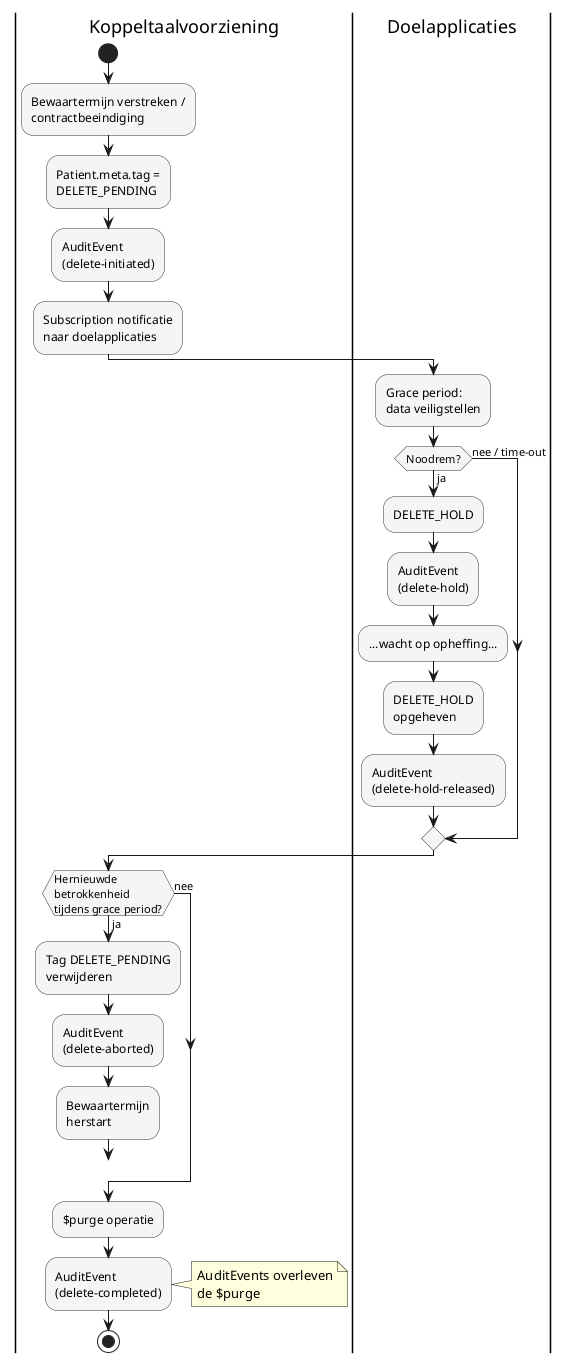
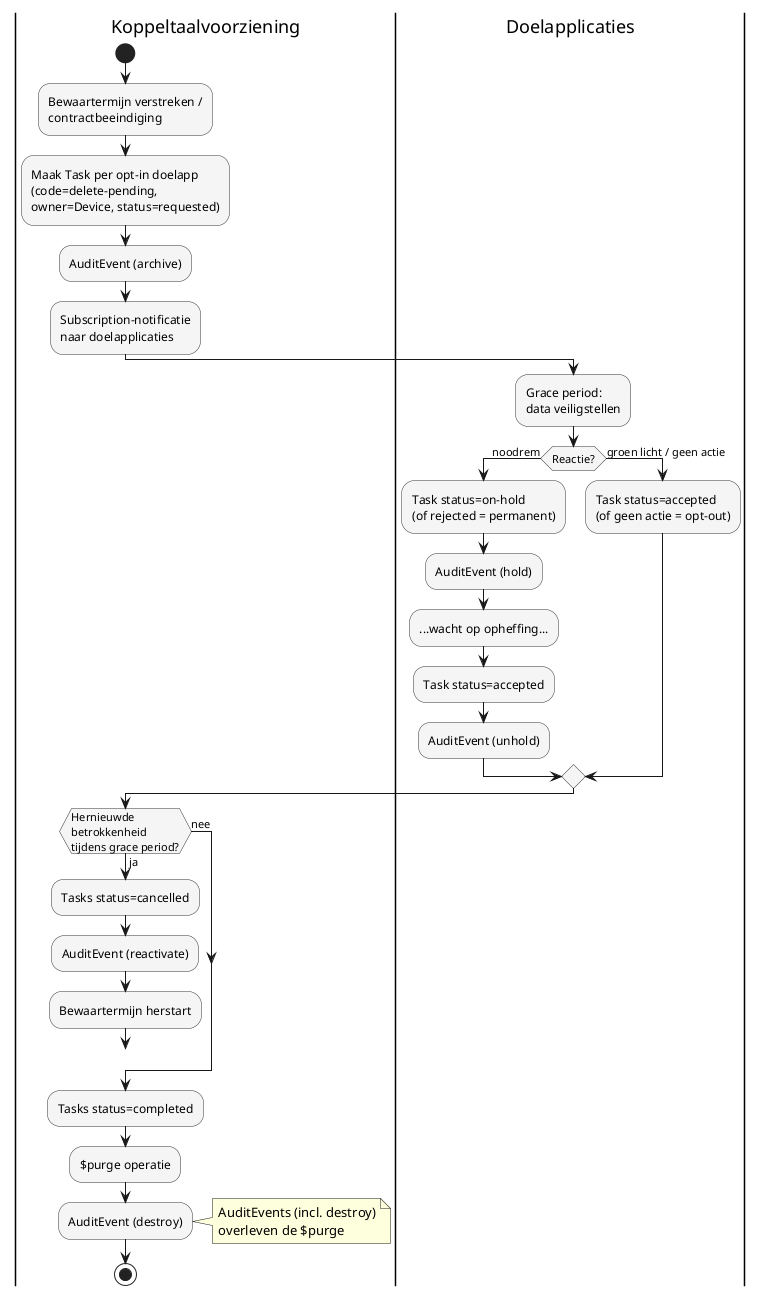
@startuml opschoning-patient-data-overzicht

skinparam activity {
  BackgroundColor #f5f5f5
  BorderColor #333333
}

|Koppeltaalvoorziening|
start
label start_termijn
:Bewaartermijn verstreken /\ncontractbeeindiging;
- 
- |Koppeltaalvoorziening|
- :Patient.meta.tag =\nDELETE_PENDING;
- :AuditEvent\n(delete-initiated);
- :Subscription notificatie\nnaar doelapplicaties;
+ :Maak Task per opt-in doelapp\n(code=delete-pending,\nowner=Device, status=requested);
+ :AuditEvent (archive);
+ :Subscription-notificatie\nnaar doelapplicaties;

|Doelapplicaties|
:Grace period:\ndata veiligstellen;
- 
- if (Noodrem?) then (ja)
-   :DELETE_HOLD;
-   :AuditEvent\n(delete-hold);
+ if (Reactie?) then (noodrem)
+   :Task status=on-hold\n(of rejected = permanent);
+   :AuditEvent (hold);
  :...wacht op opheffing...;
-   :DELETE_HOLD\nopgeheven;
-   :AuditEvent\n(delete-hold-released);
- else (nee / time-out)
+   :Task status=accepted;
+   :AuditEvent (unhold);
+ else (groen licht / geen actie)
+   :Task status=accepted\n(of geen actie = opt-out);
endif

|Koppeltaalvoorziening|
if (Hernieuwde\nbetrokkenheid\ntijdens grace period?) then (ja)
-   :Tag DELETE_PENDING\nverwijderen;
-   :AuditEvent\n(delete-aborted);
-   :Bewaartermijn\nherstart;
+   :Tasks status=cancelled;
+   :AuditEvent (reactivate);
+   :Bewaartermijn herstart;
  goto start_termijn
else (nee)
endif

|Koppeltaalvoorziening|
+ :Tasks status=completed;
:$purge operatie;
- :AuditEvent\n(delete-completed);
+ :AuditEvent (destroy);
note right
-   AuditEvents overleven
-   de $purge
+   AuditEvents (incl. destroy)
+   overleven de $purge
end note

stop

@enduml
